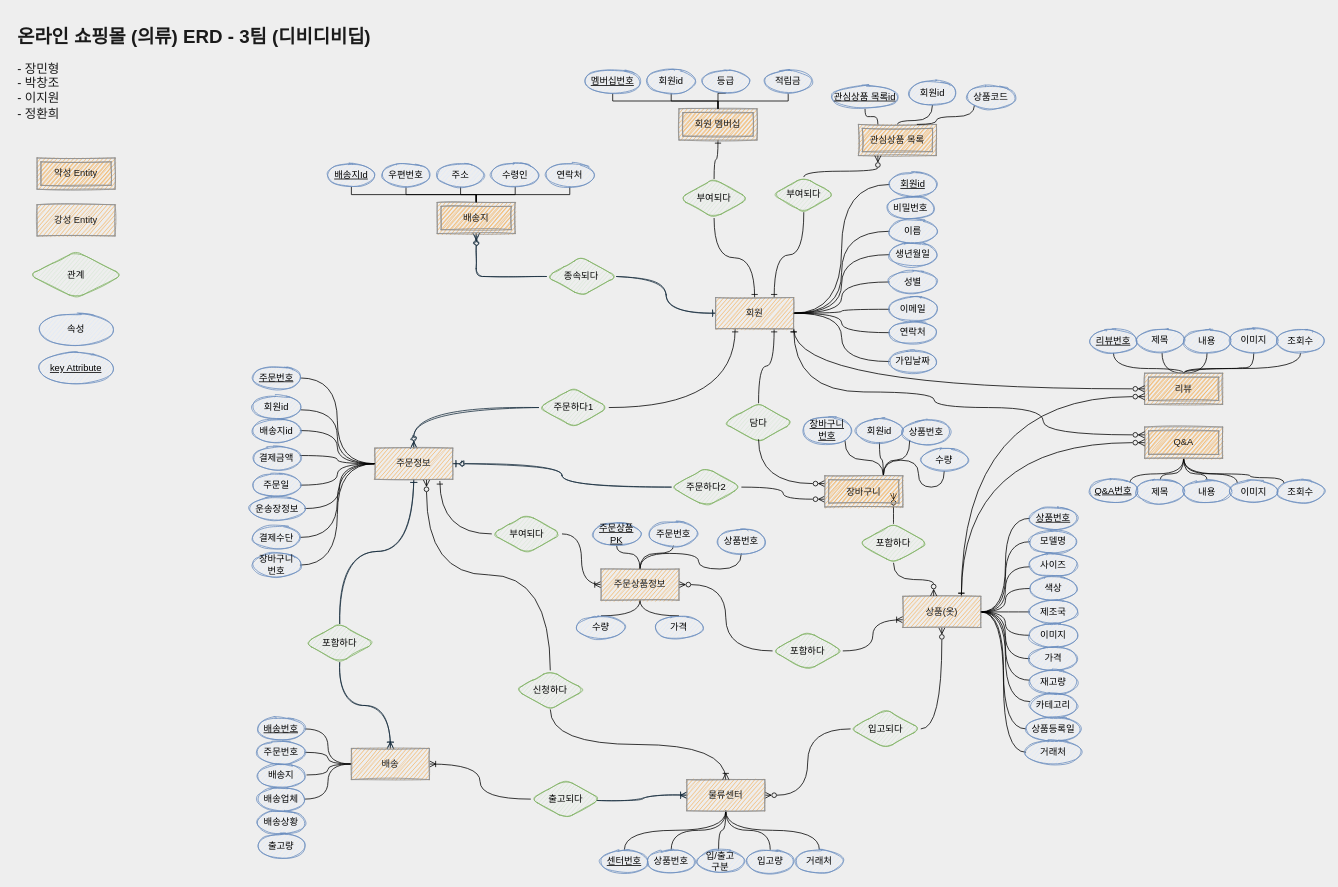
Above: page "페이지-2" (2 of 3) of Untitled Diagram.drawio in pcjo1202/DataBase-design (draw.io), before the change. Source tidied: cells renumbered, new cells numbered last; positions are measured from the earlier drawing's top-left corner, leaving out a move shared by most shapes. Both pictures are drawn from the tidied source at 78%, with x=0, y=0 at pixel (13, 21).
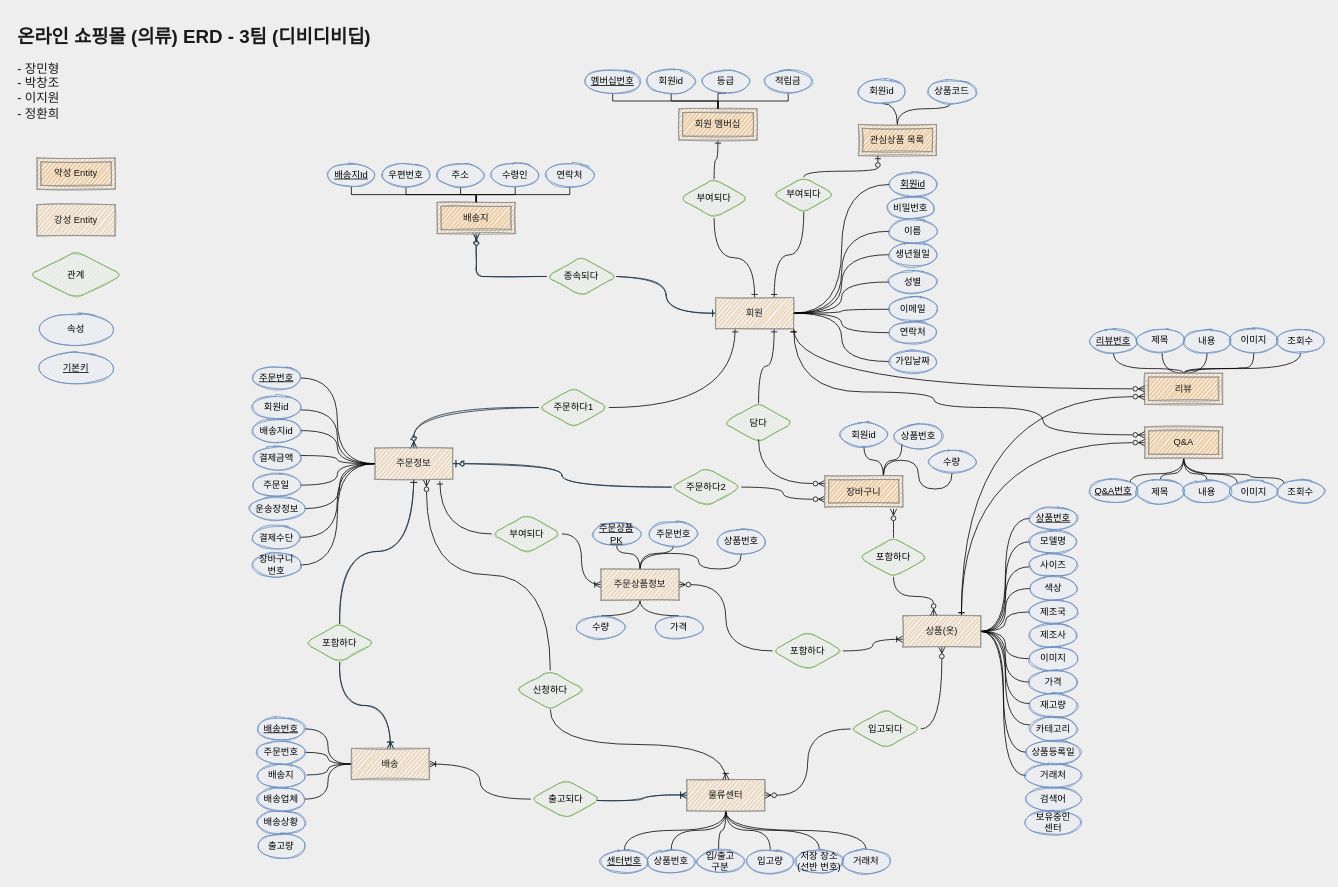
Above is the later version.

Unchanged cells that the change refers to:
```xml
<mxCell id="99" value="물류센터" style="whiteSpace=wrap;html=1;align=center;rounded=0;sketch=1;fontColor=#1A1A1A;strokeColor=#909090;fillColor=#F5AB50;direction=west;" parent="1" vertex="1">
  <mxGeometry x="863" y="972" width="100" height="40" as="geometry" />
</mxCell>
<mxCell id="118" value="관심상품 목록" style="shape=ext;margin=3;double=1;whiteSpace=wrap;html=1;align=center;rounded=0;sketch=1;fontColor=#1A1A1A;strokeColor=#909090;fillColor=#F5AB50;" parent="1" vertex="1">
  <mxGeometry x="1083" y="132" width="100" height="40" as="geometry" />
</mxCell>
<mxCell id="120" value="부여되다" style="shape=rhombus;perimeter=rhombusPerimeter;whiteSpace=wrap;html=1;align=center;fillColor=#d5e8d4;strokeColor=#82b366;sketch=1;rounded=1;" parent="1" vertex="1">
  <mxGeometry x="973" y="199.5" width="80" height="45" as="geometry" />
</mxCell>
<mxCell id="184" value="장바구니" style="shape=ext;margin=3;double=1;whiteSpace=wrap;html=1;align=center;rounded=0;sketch=1;fontColor=#1A1A1A;strokeColor=#909090;fillColor=#F5AB50;" parent="1" vertex="1">
  <mxGeometry x="1040" y="582.5" width="100" height="40" as="geometry" />
</mxCell>
```

Change to the diagram source:
```diff
@@
-    <mxCell id="53" value="key Attribute" style="ellipse;whiteSpace=wrap;html=1;align=center;fontStyle=4;rounded=0;sketch=1;strokeColor=#6c8ebf;fillColor=#dae8fc;" parent="1" vertex="1">
+    <mxCell id="53" value="기본키" style="ellipse;whiteSpace=wrap;html=1;align=center;fontStyle=4;rounded=0;sketch=1;strokeColor=#6c8ebf;fillColor=#dae8fc;" parent="1" vertex="1">
       <mxGeometry x="30" y="425" width="100" height="40" as="geometry" />
     </mxCell>
@@
-    <mxCell id="78" style="edgeStyle=orthogonalEdgeStyle;curved=1;jettySize=auto;html=1;exitX=0.75;exitY=0;exitDx=0;exitDy=0;entryX=0.879;entryY=0.869;entryDx=0;entryDy=0;entryPerimeter=0;endArrow=none;endFill=0;" parent="1" edge="1" source="184" target="161">
-      <mxGeometry relative="1" as="geometry" />
-    </mxCell>
@@
     <mxCell id="93" value="상품(옷)" style="whiteSpace=wrap;html=1;align=center;rounded=0;sketch=1;fontColor=#1A1A1A;strokeColor=#909090;fillColor=#F5AB50;direction=west;" parent="1" vertex="1">
-      <mxGeometry x="1140" y="737" width="100" height="40" as="geometry" />
+      <mxGeometry x="1140" y="762" width="100" height="40" as="geometry" />
     </mxCell>
@@
+    <mxCell id="199" style="edgeStyle=orthogonalEdgeStyle;curved=1;jettySize=auto;html=1;exitX=0.5;exitY=0;exitDx=0;exitDy=0;startArrow=none;startFill=0;endArrow=none;endFill=0;" parent="1" edge="1" source="99" target="204">
+      <mxGeometry relative="1" as="geometry" />
+    </mxCell>
@@
+    <mxCell id="200" style="edgeStyle=orthogonalEdgeStyle;curved=1;jettySize=auto;html=1;exitX=0.5;exitY=0;exitDx=0;exitDy=0;entryX=0.467;entryY=1.023;entryDx=0;entryDy=0;entryPerimeter=0;startArrow=none;startFill=0;endArrow=none;endFill=0;" parent="1" edge="1" source="118" target="124">
+      <mxGeometry relative="1" as="geometry" />
+    </mxCell>
@@
-    <mxCell id="119" style="edgeStyle=orthogonalEdgeStyle;curved=1;jettySize=auto;html=1;exitX=0.5;exitY=0;exitDx=0;exitDy=0;entryX=0.25;entryY=1;entryDx=0;entryDy=0;endArrow=ERzeroToMany;endFill=0;" parent="1" edge="1" source="120" target="118">
+    <mxCell id="119" style="edgeStyle=orthogonalEdgeStyle;curved=1;jettySize=auto;html=1;exitX=0.5;exitY=0;exitDx=0;exitDy=0;entryX=0.25;entryY=1;entryDx=0;entryDy=0;endArrow=ERzeroToOne;endFill=0;" parent="1" edge="1" source="120" target="118">
       <mxGeometry relative="1" as="geometry">
         <Array as="points">
           <mxPoint x="1013" y="192" />
           <mxPoint x="1108" y="192" />
         </Array>
       </mxGeometry>
     </mxCell>
@@
-    <mxCell id="121" style="edgeStyle=orthogonalEdgeStyle;curved=1;jettySize=auto;html=1;exitX=0.5;exitY=1;exitDx=0;exitDy=0;entryX=0.25;entryY=0;entryDx=0;entryDy=0;endArrow=none;endFill=0;" parent="1" edge="1" source="122" target="118">
-      <mxGeometry relative="1" as="geometry">
-        <Array as="points">
-          <mxPoint x="1098" y="122" />
-          <mxPoint x="1133" y="122" />
-        </Array>
-      </mxGeometry>
-    </mxCell>
-    <mxCell id="122" value="관심상품 목록id" style="ellipse;whiteSpace=wrap;html=1;align=center;fontStyle=4;rounded=0;sketch=1;strokeColor=#6c8ebf;fillColor=#dae8fc;" parent="1" vertex="1">
-      <mxGeometry x="1050" y="82" width="83" height="30" as="geometry" />
-    </mxCell>
-    <mxCell id="123" style="edgeStyle=orthogonalEdgeStyle;curved=1;jettySize=auto;html=1;exitX=0;exitY=1;exitDx=0;exitDy=0;entryX=0.75;entryY=0;entryDx=0;entryDy=0;endArrow=none;endFill=0;" parent="1" edge="1" source="124" target="118">
-      <mxGeometry relative="1" as="geometry">
-        <Array as="points">
-          <mxPoint x="1232" y="122" />
-          <mxPoint x="1183" y="122" />
-        </Array>
-      </mxGeometry>
-    </mxCell>
     <mxCell id="124" value="상품코드" style="ellipse;whiteSpace=wrap;html=1;align=center;rounded=0;sketch=1;strokeColor=#6c8ebf;fillColor=#dae8fc;" parent="1" vertex="1">
-      <mxGeometry x="1223" y="82" width="60" height="30" as="geometry" />
+      <mxGeometry x="1173" y="75" width="60" height="30" as="geometry" />
     </mxCell>
@@
     <mxCell id="128" value="회원id" style="ellipse;whiteSpace=wrap;html=1;align=center;rounded=0;sketch=1;strokeColor=#6c8ebf;fillColor=#dae8fc;" parent="1" vertex="1">
-      <mxGeometry x="1148" y="77" width="60" height="30" as="geometry" />
+      <mxGeometry x="1083" y="75" width="60" height="30" as="geometry" />
     </mxCell>
@@
     <mxCell id="156" value="이미지" style="ellipse;whiteSpace=wrap;html=1;align=center;rounded=0;sketch=1;strokeColor=#6c8ebf;fillColor=#dae8fc;" parent="1" vertex="1">
-      <mxGeometry x="1303" y="772" width="60" height="30" as="geometry" />
+      <mxGeometry x="1303" y="802" width="60" height="30" as="geometry" />
     </mxCell>
     <mxCell id="157" value="가격" style="ellipse;whiteSpace=wrap;html=1;align=center;rounded=0;sketch=1;strokeColor=#6c8ebf;fillColor=#dae8fc;" parent="1" vertex="1">
-      <mxGeometry x="1303" y="802" width="60" height="30" as="geometry" />
+      <mxGeometry x="1303" y="832" width="60" height="30" as="geometry" />
     </mxCell>
     <mxCell id="158" value="재고량" style="ellipse;whiteSpace=wrap;html=1;align=center;rounded=0;sketch=1;strokeColor=#6c8ebf;fillColor=#dae8fc;" parent="1" vertex="1">
-      <mxGeometry x="1303" y="832" width="60" height="30" as="geometry" />
+      <mxGeometry x="1303" y="862" width="60" height="30" as="geometry" />
     </mxCell>
     <mxCell id="159" value="카테고리" style="ellipse;whiteSpace=wrap;html=1;align=center;rounded=0;sketch=1;strokeColor=#6c8ebf;fillColor=#dae8fc;" parent="1" vertex="1">
-      <mxGeometry x="1303" y="862" width="60" height="30" as="geometry" />
+      <mxGeometry x="1303" y="892" width="60" height="30" as="geometry" />
     </mxCell>
     <mxCell id="160" value="상품등록일" style="ellipse;whiteSpace=wrap;html=1;align=center;rounded=0;sketch=1;strokeColor=#6c8ebf;fillColor=#dae8fc;" parent="1" vertex="1">
-      <mxGeometry x="1298" y="892" width="70" height="30" as="geometry" />
+      <mxGeometry x="1298" y="922" width="70" height="30" as="geometry" />
     </mxCell>
-    <mxCell id="161" value="장바구니&lt;br&gt;번호" style="ellipse;whiteSpace=wrap;html=1;align=center;fontStyle=4;rounded=0;sketch=1;strokeColor=#6c8ebf;fillColor=#dae8fc;" parent="1" vertex="1">
-      <mxGeometry x="1013" y="507.2" width="60" height="34.5" as="geometry" />
-    </mxCell>
     <mxCell id="162" value="회원id" style="ellipse;whiteSpace=wrap;html=1;align=center;rounded=0;sketch=1;strokeColor=#6c8ebf;fillColor=#dae8fc;" parent="1" vertex="1">
-      <mxGeometry x="1080" y="509.5" width="60" height="30" as="geometry" />
+      <mxGeometry x="1060" y="514.5" width="60" height="30" as="geometry" />
     </mxCell>
     <mxCell id="163" value="상품번호" style="ellipse;whiteSpace=wrap;html=1;align=center;rounded=0;sketch=1;strokeColor=#6c8ebf;fillColor=#dae8fc;" parent="1" vertex="1">
-      <mxGeometry x="1140" y="511.8" width="60" height="30" as="geometry" />
+      <mxGeometry x="1130" y="517" width="60" height="30" as="geometry" />
     </mxCell>
     <mxCell id="164" value="수량" style="ellipse;whiteSpace=wrap;html=1;align=center;rounded=0;sketch=1;strokeColor=#6c8ebf;fillColor=#dae8fc;" parent="1" vertex="1">
-      <mxGeometry x="1163" y="547" width="60" height="30" as="geometry" />
+      <mxGeometry x="1173" y="549.5" width="60" height="30" as="geometry" />
     </mxCell>
@@
-    <mxCell id="169" value="거래처" style="ellipse;whiteSpace=wrap;html=1;align=center;rounded=0;sketch=1;strokeColor=#6c8ebf;fillColor=#dae8fc;" parent="1" vertex="1">
+    <mxCell id="169" value="저장 장소&lt;br&gt;(선반 번호)" style="ellipse;whiteSpace=wrap;html=1;align=center;rounded=0;sketch=1;strokeColor=#6c8ebf;fillColor=#dae8fc;" parent="1" vertex="1">
       <mxGeometry x="1003" y="1062" width="60" height="30" as="geometry" />
     </mxCell>
@@
-    <mxCell id="179" style="edgeStyle=orthogonalEdgeStyle;curved=1;jettySize=auto;html=1;exitX=0.5;exitY=0;exitDx=0;exitDy=0;entryX=0.25;entryY=0;entryDx=0;entryDy=0;startArrow=none;startFill=0;endArrow=ERzeroToMany;endFill=0;" parent="1" edge="1" source="180">
+    <mxCell id="179" style="edgeStyle=orthogonalEdgeStyle;curved=1;jettySize=auto;html=1;exitX=0.5;exitY=0;exitDx=0;exitDy=0;startArrow=none;startFill=0;endArrow=ERzeroToMany;endFill=0;" parent="1" edge="1" source="180">
       <mxGeometry relative="1" as="geometry">
-        <mxPoint x="1128" y="605" as="targetPoint" />
+        <mxPoint x="1128" y="625" as="targetPoint" />
       </mxGeometry>
     </mxCell>
     <mxCell id="180" value="포함하다" style="shape=rhombus;perimeter=rhombusPerimeter;whiteSpace=wrap;html=1;align=center;fillColor=#d5e8d4;strokeColor=#82b366;sketch=1;rounded=1;" parent="1" vertex="1">
-      <mxGeometry x="1083" y="644" width="90" height="50" as="geometry" />
+      <mxGeometry x="1083" y="662" width="90" height="50" as="geometry" />
     </mxCell>
@@
     <mxCell id="188" value="거래처" style="ellipse;whiteSpace=wrap;html=1;align=center;rounded=0;sketch=1;strokeColor=#6c8ebf;fillColor=#dae8fc;" parent="1" vertex="1">
-      <mxGeometry x="1298" y="922" width="70" height="30" as="geometry" />
+      <mxGeometry x="1298" y="952" width="70" height="30" as="geometry" />
     </mxCell>
@@
+    <mxCell id="201" value="제조사" style="ellipse;whiteSpace=wrap;html=1;align=center;rounded=0;sketch=1;strokeColor=#6c8ebf;fillColor=#dae8fc;" parent="1" vertex="1">
+      <mxGeometry x="1303" y="772" width="60" height="30" as="geometry" />
+    </mxCell>
+    <mxCell id="202" value="검색어" style="ellipse;whiteSpace=wrap;html=1;align=center;rounded=0;sketch=1;strokeColor=#6c8ebf;fillColor=#dae8fc;" parent="1" vertex="1">
+      <mxGeometry x="1298" y="982" width="70" height="30" as="geometry" />
+    </mxCell>
+    <mxCell id="203" value="보유중인&lt;br&gt;센터" style="ellipse;whiteSpace=wrap;html=1;align=center;rounded=0;sketch=1;strokeColor=#6c8ebf;fillColor=#dae8fc;" parent="1" vertex="1">
+      <mxGeometry x="1298" y="1012" width="70" height="30" as="geometry" />
+    </mxCell>
+    <mxCell id="204" value="거래처" style="ellipse;whiteSpace=wrap;html=1;align=center;rounded=0;sketch=1;strokeColor=#6c8ebf;fillColor=#dae8fc;" parent="1" vertex="1">
+      <mxGeometry x="1063" y="1062" width="60" height="30" as="geometry" />
+    </mxCell>
```
